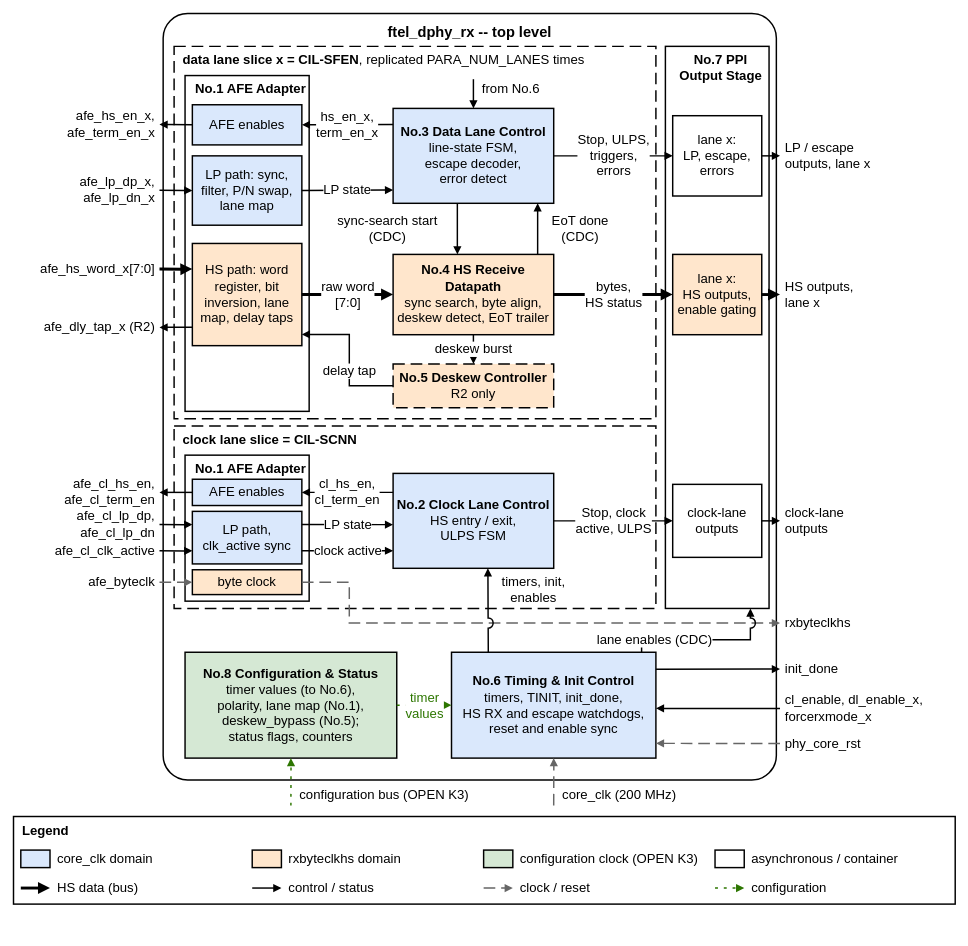
Above: 22fdx/rx/digital/hw/rtl/ip/ftel_dphy_rx/doc/figures/ftel_dphy_rx_top.drawio in ftel-cdc/fu3_dphy (draw.io), before the change. Source tidied: cells renumbered, new cells numbered last; positions are measured from the earlier drawing's top-left corner, leaving out a move shared by most shapes. Both pictures are drawn from the tidied source at 73%, with x=0, y=0 at pixel (13, 13).
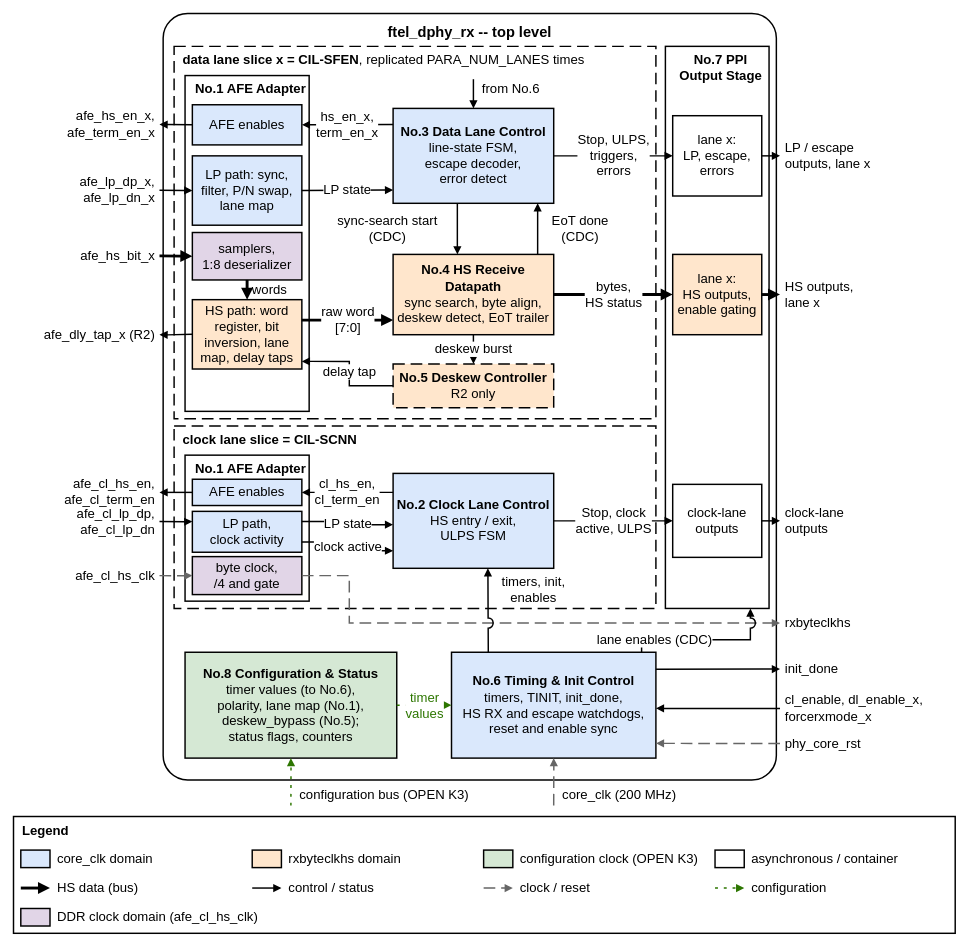
Above is the later version.

The change refers to these unchanged cells:
```xml
<mxCell id="9" value="&lt;b&gt;No.4 HS Receive Datapath&lt;/b&gt;&lt;br&gt;sync search, byte align,&lt;br&gt;deskew detect, EoT trailer" style="rounded=0;whiteSpace=wrap;html=1;fontSize=18;strokeWidth=2;fillColor=#FFE6CC;align=center;verticalAlign=middle;spacing=4;" parent="1" vertex="1">
  <mxGeometry x="520" y="330" width="220" height="110" as="geometry" />
</mxCell>
<mxCell id="10" value="&lt;b&gt;No.5 Deskew Controller&lt;/b&gt;&lt;br&gt;R2 only" style="rounded=0;whiteSpace=wrap;html=1;fontSize=18;strokeWidth=2;fillColor=#FFE6CC;align=center;verticalAlign=middle;spacing=4;dashed=1;dashPattern=8 4;" parent="1" vertex="1">
  <mxGeometry x="520" y="480" width="220" height="60" as="geometry" />
</mxCell>
```

The edit, as a diff of the source:
```diff
@@
     <mxCell id="7" value="HS path: word&lt;br&gt;register, bit&lt;br&gt;inversion, lane&lt;br&gt;map, delay taps" style="rounded=0;whiteSpace=wrap;html=1;fontSize=18;strokeWidth=2;fillColor=#FFE6CC;align=center;verticalAlign=middle;spacing=4;" parent="1" vertex="1">
-      <mxGeometry x="245" y="315" width="150" height="140" as="geometry" />
+      <mxGeometry x="245" y="392" width="150" height="95" as="geometry" />
     </mxCell>
+    <mxCell id="93" value="samplers,&lt;br&gt;1:8 deserializer" style="rounded=0;whiteSpace=wrap;html=1;fontSize=18;strokeWidth=2;fillColor=#E1D5E7;align=center;verticalAlign=middle;spacing=4;" parent="1" vertex="1">
+      <mxGeometry x="245" y="300" width="150" height="65" as="geometry" />
+    </mxCell>
+    <mxCell id="94" style="endArrow=block;endFill=1;html=1;fontSize=18;edgeStyle=orthogonalEdgeStyle;rounded=0;jumpStyle=arc;jumpSize=12;labelBackgroundColor=#FFFFFF;strokeWidth=4;exitX=0.5;exitY=1;exitDx=0;exitDy=0;entryX=0.5;entryY=0;entryDx=0;entryDy=0;" parent="1" edge="1" source="93" target="7">
+      <mxGeometry relative="1" as="geometry" />
+    </mxCell>
+    <mxCell id="95" value="words" style="text;html=1;whiteSpace=wrap;fontSize=18;align=left;verticalAlign=middle;strokeColor=none;fillColor=none;spacing=2;" parent="1" vertex="1">
+      <mxGeometry x="325" y="366" width="70" height="26" as="geometry" />
+    </mxCell>
@@
-    <mxCell id="14" value="LP path,&lt;br&gt;clk_active sync" style="rounded=0;whiteSpace=wrap;html=1;fontSize=18;strokeWidth=2;fillColor=#DAE8FC;align=center;verticalAlign=middle;spacing=4;" parent="1" vertex="1">
-      <mxGeometry x="245" y="682" width="150" height="72" as="geometry" />
+    <mxCell id="14" value="LP path,&lt;br&gt;clock activity" style="rounded=0;whiteSpace=wrap;html=1;fontSize=18;strokeWidth=2;fillColor=#DAE8FC;align=center;verticalAlign=middle;spacing=4;" parent="1" vertex="1">
+      <mxGeometry x="245" y="682" width="150" height="56" as="geometry" />
     </mxCell>
-    <mxCell id="15" value="byte clock" style="rounded=0;whiteSpace=wrap;html=1;fontSize=18;strokeWidth=2;fillColor=#FFE6CC;align=center;verticalAlign=middle;spacing=4;" parent="1" vertex="1">
-      <mxGeometry x="245" y="762" width="150" height="34" as="geometry" />
+    <mxCell id="15" value="byte clock,&lt;br&gt;/4 and gate" style="rounded=0;whiteSpace=wrap;html=1;fontSize=18;strokeWidth=2;align=center;verticalAlign=middle;spacing=4;fillColor=#E1D5E7;" parent="1" vertex="1">
+      <mxGeometry x="245" y="744" width="150" height="52" as="geometry" />
     </mxCell>
@@
-    <mxCell id="27" value="afe_hs_word_x[7:0]" style="text;html=1;whiteSpace=wrap;fontSize=18;align=right;verticalAlign=middle;strokeColor=none;fillColor=none;spacing=2;" parent="1" vertex="1">
-      <mxGeometry y="326" width="196" height="48" as="geometry" />
+    <mxCell id="27" value="afe_hs_bit_x" style="text;html=1;whiteSpace=wrap;fontSize=18;align=right;verticalAlign=middle;strokeColor=none;fillColor=none;spacing=2;" parent="1" vertex="1">
+      <mxGeometry y="308" width="196" height="48" as="geometry" />
     </mxCell>
-    <mxCell id="28" style="endArrow=block;endFill=1;html=1;fontSize=18;edgeStyle=orthogonalEdgeStyle;rounded=0;jumpStyle=arc;jumpSize=12;labelBackgroundColor=#FFFFFF;strokeWidth=4;entryX=0;entryY=0.25;entryDx=0;entryDy=0;" parent="1" edge="1" target="7">
+    <mxCell id="28" style="endArrow=block;endFill=1;html=1;fontSize=18;edgeStyle=orthogonalEdgeStyle;rounded=0;jumpStyle=arc;jumpSize=12;labelBackgroundColor=#FFFFFF;strokeWidth=4;entryX=0;entryDx=0;entryDy=0;entryY=0.5;" parent="1" edge="1" target="93">
       <mxGeometry relative="1" as="geometry">
-        <mxPoint x="200" y="350" as="sourcePoint" />
+        <mxPoint x="200" y="332" as="sourcePoint" />
       </mxGeometry>
     </mxCell>
     <mxCell id="29" value="afe_dly_tap_x (R2)" style="text;html=1;whiteSpace=wrap;fontSize=18;align=right;verticalAlign=middle;strokeColor=none;fillColor=none;spacing=2;" parent="1" vertex="1">
-      <mxGeometry y="406" width="196" height="48" as="geometry" />
+      <mxGeometry y="416" width="196" height="48" as="geometry" />
     </mxCell>
-    <mxCell id="30" style="endArrow=block;endFill=1;html=1;fontSize=18;edgeStyle=orthogonalEdgeStyle;rounded=0;jumpStyle=arc;jumpSize=12;labelBackgroundColor=#FFFFFF;strokeWidth=2;exitX=0;exitY=0.82;exitDx=0;exitDy=0;" parent="1" edge="1" source="7">
+    <mxCell id="30" style="endArrow=block;endFill=1;html=1;fontSize=18;edgeStyle=orthogonalEdgeStyle;rounded=0;jumpStyle=arc;jumpSize=12;labelBackgroundColor=#FFFFFF;strokeWidth=2;exitX=0;exitY=0.5;exitDx=0;exitDy=0;" parent="1" edge="1" source="7">
       <mxGeometry relative="1" as="geometry">
-        <mxPoint x="200" y="430" as="targetPoint" />
+        <mxPoint x="200" y="440" as="targetPoint" />
       </mxGeometry>
     </mxCell>
@@
     <mxCell id="33" value="afe_cl_lp_dp,&lt;br&gt;afe_cl_lp_dn" style="text;html=1;whiteSpace=wrap;fontSize=18;align=right;verticalAlign=middle;strokeColor=none;fillColor=none;spacing=2;" parent="1" vertex="1">
-      <mxGeometry y="676" width="196" height="48" as="geometry" />
+      <mxGeometry y="672" width="196" height="48" as="geometry" />
     </mxCell>
     <mxCell id="34" style="endArrow=block;endFill=1;html=1;fontSize=18;edgeStyle=orthogonalEdgeStyle;rounded=0;jumpStyle=arc;jumpSize=12;labelBackgroundColor=#FFFFFF;strokeWidth=2;entryX=0;entryY=0.25;entryDx=0;entryDy=0;" parent="1" edge="1" target="14">
       <mxGeometry relative="1" as="geometry">
-        <mxPoint x="200" y="700" as="sourcePoint" />
+        <mxPoint x="200" y="696" as="sourcePoint" />
       </mxGeometry>
     </mxCell>
-    <mxCell id="35" value="afe_cl_clk_active" style="text;html=1;whiteSpace=wrap;fontSize=18;align=right;verticalAlign=middle;strokeColor=none;fillColor=none;spacing=2;" parent="1" vertex="1">
-      <mxGeometry y="712" width="196" height="48" as="geometry" />
-    </mxCell>
-    <mxCell id="36" style="endArrow=block;endFill=1;html=1;fontSize=18;edgeStyle=orthogonalEdgeStyle;rounded=0;jumpStyle=arc;jumpSize=12;labelBackgroundColor=#FFFFFF;strokeWidth=2;entryX=0;entryY=0.75;entryDx=0;entryDy=0;" parent="1" edge="1" target="14">
-      <mxGeometry relative="1" as="geometry">
-        <mxPoint x="200" y="736" as="sourcePoint" />
-      </mxGeometry>
-    </mxCell>
-    <mxCell id="37" value="afe_byteclk" style="text;html=1;whiteSpace=wrap;fontSize=18;align=right;verticalAlign=middle;strokeColor=none;fillColor=none;spacing=2;" parent="1" vertex="1">
-      <mxGeometry y="755" width="196" height="48" as="geometry" />
+    <mxCell id="37" value="afe_cl_hs_clk" style="text;html=1;whiteSpace=wrap;fontSize=18;align=right;verticalAlign=middle;strokeColor=none;fillColor=none;spacing=2;" parent="1" vertex="1">
+      <mxGeometry y="746" width="196" height="48" as="geometry" />
     </mxCell>
     <mxCell id="38" style="endArrow=block;endFill=1;html=1;fontSize=18;edgeStyle=orthogonalEdgeStyle;rounded=0;jumpStyle=arc;jumpSize=12;labelBackgroundColor=#FFFFFF;strokeWidth=2;dashed=1;dashPattern=8 4;strokeColor=#666666;fontColor=#666666;entryX=0;entryY=0.5;entryDx=0;entryDy=0;" parent="1" edge="1" target="15">
       <mxGeometry relative="1" as="geometry">
-        <mxPoint x="200" y="779" as="sourcePoint" />
+        <mxPoint x="200" y="770" as="sourcePoint" />
       </mxGeometry>
     </mxCell>
@@
-    <mxCell id="41" value="raw word&lt;br&gt;[7:0]" style="endArrow=block;endFill=1;html=1;fontSize=18;edgeStyle=orthogonalEdgeStyle;rounded=0;jumpStyle=arc;jumpSize=12;labelBackgroundColor=#FFFFFF;strokeWidth=4;exitX=1;exitY=0.5;exitDx=0;exitDy=0;entryX=0;entryY=0.5;entryDx=0;entryDy=0;" parent="1" edge="1" source="7" target="9">
+    <mxCell id="41" value="raw word&lt;br&gt;[7:0]" style="endArrow=block;endFill=1;html=1;fontSize=18;edgeStyle=orthogonalEdgeStyle;rounded=0;jumpStyle=arc;jumpSize=12;labelBackgroundColor=#FFFFFF;strokeWidth=4;exitX=1;exitDx=0;exitDy=0;entryX=0;entryDx=0;entryDy=0;exitY=0.295;entryY=0.818;" parent="1" edge="1" source="7" target="9">
       <mxGeometry relative="1" as="geometry" />
     </mxCell>
@@
-    <mxCell id="45" value="delay tap" style="endArrow=block;endFill=1;html=1;fontSize=18;edgeStyle=orthogonalEdgeStyle;rounded=0;jumpStyle=arc;jumpSize=12;labelBackgroundColor=#FFFFFF;strokeWidth=2;exitX=0;exitY=0.5;exitDx=0;exitDy=0;entryX=1;entryY=0.89;entryDx=0;entryDy=0;" parent="1" edge="1" source="10" target="7">
+    <mxCell id="45" value="delay tap" style="endArrow=block;endFill=1;html=1;fontSize=18;edgeStyle=orthogonalEdgeStyle;rounded=0;jumpStyle=arc;jumpSize=12;labelBackgroundColor=#FFFFFF;strokeWidth=2;exitX=0;exitY=0.5;exitDx=0;exitDy=0;entryX=1;entryDx=0;entryDy=0;entryY=0.89;" parent="1" edge="1" source="10" target="7">
       <mxGeometry relative="1" as="geometry">
         <Array as="points">
           <mxPoint x="460" y="510" />
-          <mxPoint x="460" y="440" />
+          <mxPoint x="460" y="476" />
         </Array>
-        <mxPoint y="18" as="offset" />
       </mxGeometry>
     </mxCell>
@@
     <mxCell id="61" style="endArrow=block;endFill=1;html=1;fontSize=18;edgeStyle=orthogonalEdgeStyle;rounded=0;jumpStyle=arc;jumpSize=12;labelBackgroundColor=#FFFFFF;strokeWidth=2;dashed=1;dashPattern=8 4;strokeColor=#666666;fontColor=#666666;exitX=1;exitY=0.5;exitDx=0;exitDy=0;" parent="1" edge="1" source="15">
       <mxGeometry relative="1" as="geometry">
         <mxPoint x="1050" y="835" as="targetPoint" />
         <Array as="points">
-          <mxPoint x="460" y="779" />
+          <mxPoint x="460" y="770" />
           <mxPoint x="460" y="835" />
         </Array>
       </mxGeometry>
     </mxCell>
@@
     <mxCell id="75" style="rounded=0;whiteSpace=wrap;html=1;fontSize=18;strokeWidth=2;fillColor=none;align=center;verticalAlign=middle;spacing=4;" parent="1" vertex="1">
-      <mxGeometry y="1100" width="1290" height="120" as="geometry" />
+      <mxGeometry y="1100" width="1290" height="160" as="geometry" />
     </mxCell>
+    <mxCell id="96" style="rounded=0;whiteSpace=wrap;html=1;fontSize=18;strokeWidth=2;fillColor=#E1D5E7;align=center;verticalAlign=middle;spacing=4;" parent="1" vertex="1">
+      <mxGeometry x="10" y="1226" width="40" height="24" as="geometry" />
+    </mxCell>
+    <mxCell id="97" value="DDR clock domain (afe_cl_hs_clk)" style="text;html=1;whiteSpace=wrap;fontSize=18;align=left;verticalAlign=middle;strokeColor=none;fillColor=none;spacing=2;" parent="1" vertex="1">
+      <mxGeometry x="58" y="1220" width="600" height="36" as="geometry" />
+    </mxCell>
```
